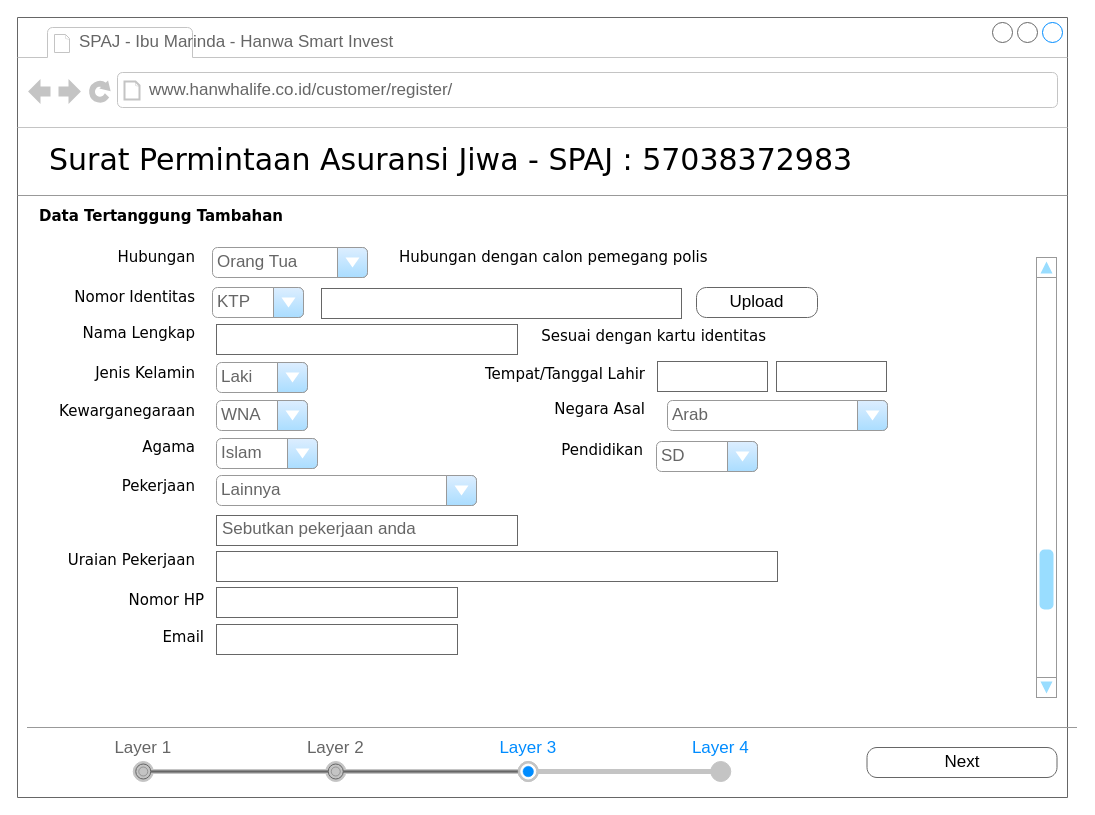
This is page "ESUBMISSION-add_tambahan" (8 of 21) of CustomerInvitation.drawio from gustianom/hanwhaiso, a draw.io file, before an edit. Source tidied: cells renumbered, new cells numbered last; positions are measured from the earlier drawing's top-left corner, leaving out a move shared by most shapes. Both pictures are drawn from the tidied source at 100%, with x=0, y=0 at pixel (17, 17).
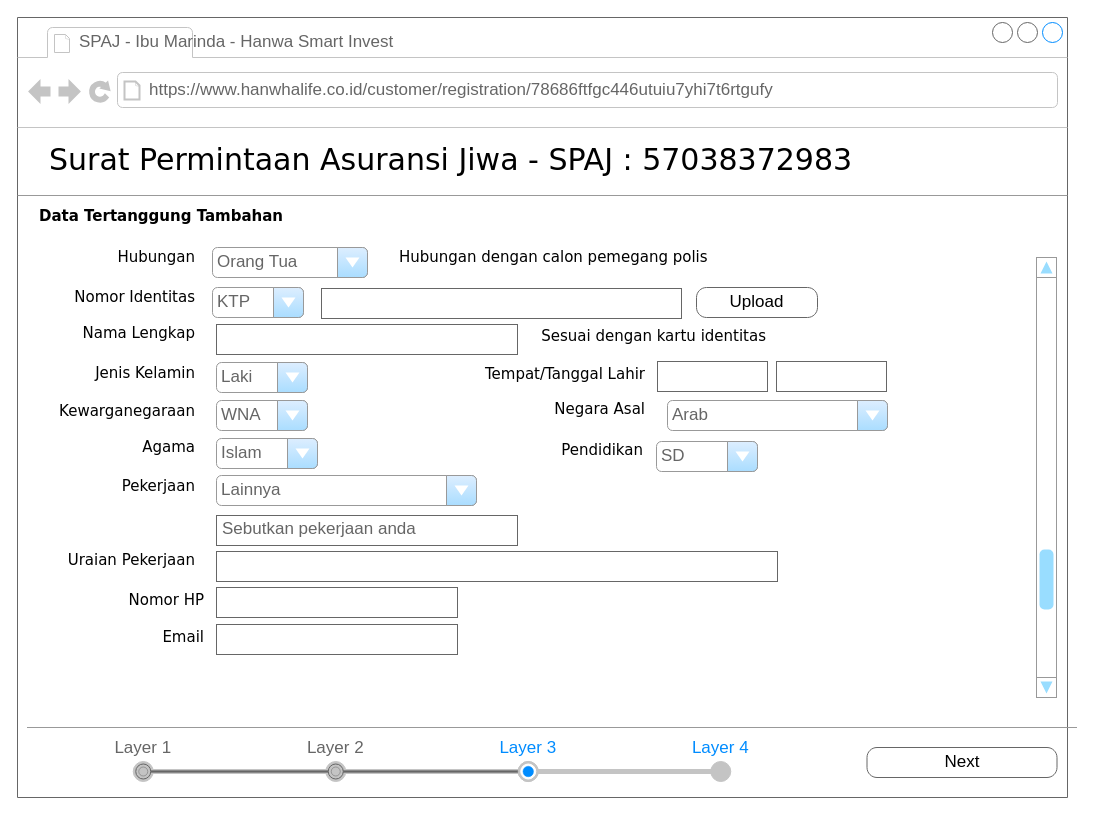
The same diagram, later.

The change refers to these unchanged cells:
```xml
<mxCell id="2" style="strokeWidth=1;shadow=0;dashed=0;align=center;html=1;shape=mxgraph.mockup.containers.browserWindow;rSize=0;strokeColor=#666666;mainText=,;rounded=0;labelBackgroundColor=none;fontFamily=Verdana;fontSize=12;" parent="1" vertex="1">
  <mxGeometry width="1050" height="780" as="geometry" />
</mxCell>
```

The edit, as a diff of the source:
```diff
@@
-    <mxCell id="4" value="www.hanwhalife.co.id/customer/register/" style="strokeWidth=1;shadow=0;dashed=0;align=center;html=1;shape=mxgraph.mockup.containers.anchor;rSize=0;fontSize=17;fontColor=#666666;align=left;" parent="2" vertex="1">
+    <mxCell id="4" value="https://www.hanwhalife.co.id/customer/registration/78686ftfgc446utuiu7yhi7t6rtgufy" style="strokeWidth=1;shadow=0;dashed=0;align=center;html=1;shape=mxgraph.mockup.containers.anchor;rSize=0;fontSize=17;fontColor=#666666;align=left;" parent="2" vertex="1">
       <mxGeometry x="130" y="60" width="250" height="26" as="geometry" />
     </mxCell>
```
